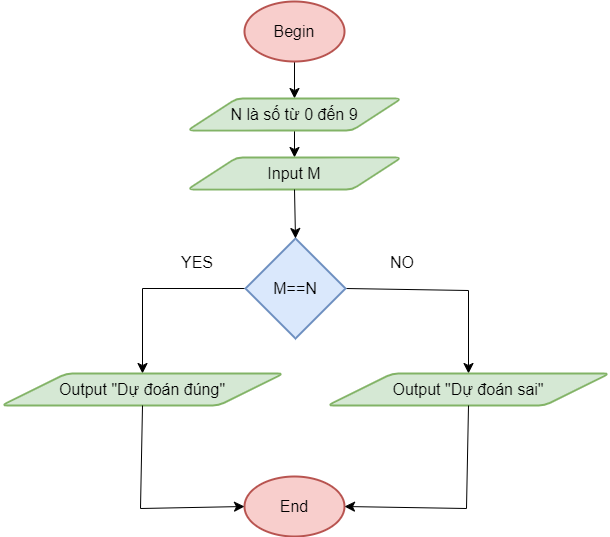
This is Day 02/Thuat toan game doan so/Thuat toan game doan so_flowchart.png from Kidartist/Codearning, a draw.io export, as it was before one commit. Source tidied: cells renumbered, new cells last; positions are measured from the earlier drawing's top-left corner, leaving out a move shared by most shapes.
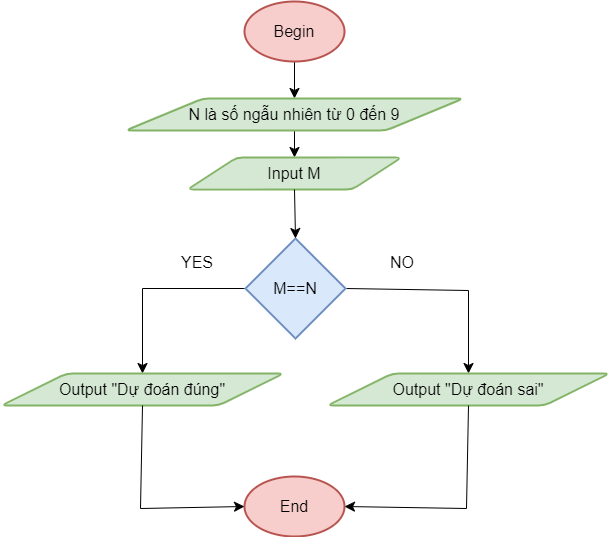
After the change.

Change to the diagram source:
```diff
@@ -14,8 +14,8 @@
     <mxCell id="5" style="edgeStyle=none;curved=1;rounded=0;jettySize=auto;html=1;exitX=0.5;exitY=1;exitDx=0;exitDy=0;entryX=0.5;entryY=0;entryDx=0;entryDy=0;fontSize=12;startSize=8;endSize=8;" parent="1" edge="1" source="6" target="7">
       <mxGeometry relative="1" as="geometry" />
     </mxCell>
-    <mxCell id="6" value="N là số từ 0 đến 9" style="shape=parallelogram;html=1;strokeWidth=2;perimeter=parallelogramPerimeter;whiteSpace=wrap;rounded=1;arcSize=12;size=0.23;fontSize=16;fillColor=#d5e8d4;strokeColor=#82b366;" parent="1" vertex="1">
-      <mxGeometry x="186" y="97" width="214" height="32" as="geometry" />
+    <mxCell id="6" value="N là số ngẫu nhiên từ 0 đến 9" style="shape=parallelogram;html=1;strokeWidth=2;perimeter=parallelogramPerimeter;whiteSpace=wrap;rounded=1;arcSize=12;size=0.23;fontSize=16;fillColor=#d5e8d4;strokeColor=#82b366;" parent="1" vertex="1">
+      <mxGeometry x="124" y="97" width="338" height="32" as="geometry" />
     </mxCell>
     <mxCell id="7" value="Input M" style="shape=parallelogram;html=1;strokeWidth=2;perimeter=parallelogramPerimeter;whiteSpace=wrap;rounded=1;arcSize=12;size=0.23;fontSize=16;fillColor=#d5e8d4;strokeColor=#82b366;" parent="1" vertex="1">
       <mxGeometry x="186" y="156" width="214" height="32" as="geometry" />
```
